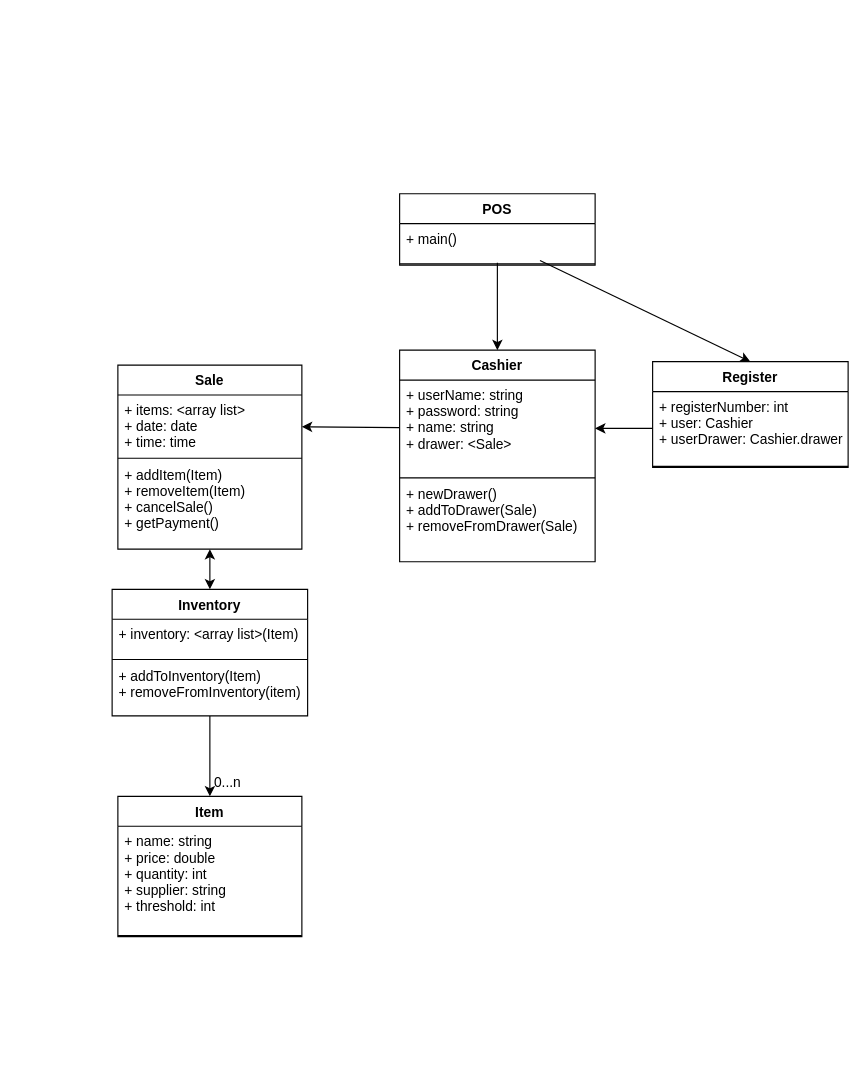
donovansmith/simple_pos keeps this draw.io diagram as POS Clas Diagram.drawio. Above is the earlier version. Source tidied: cells renumbered, new cells numbered last; positions are measured from the earlier drawing's top-left corner, leaving out a move shared by most shapes. Both pictures are drawn from the tidied source at 115%, with x=0, y=0 at pixel (112, 193).
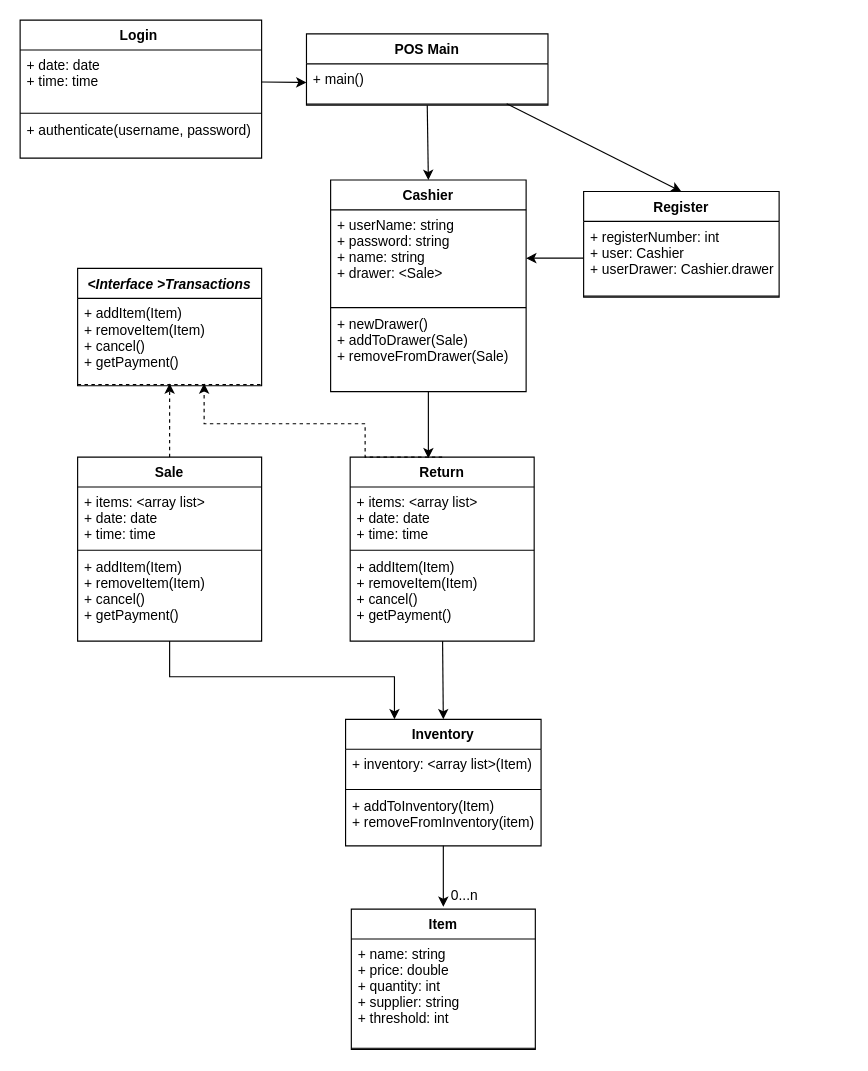
The same diagram, later.

Unchanged cells that the change refers to:
```xml
<mxCell id="3" value="+ userName: string&#10;+ password: string&#10;+ name: string&#10;+ drawer: &lt;Sale&gt;&#10;" style="text;strokeColor=none;fillColor=none;align=left;verticalAlign=top;spacingLeft=4;spacingRight=4;overflow=hidden;points=[[0,0.5],[1,0.5]];portConstraint=eastwest;" parent="2" vertex="1">
  <mxGeometry y="26" width="170" height="84" as="geometry" />
</mxCell>
<mxCell id="5" value="+ newDrawer()&#10;+ addToDrawer(Sale)&#10;+ removeFromDrawer(Sale)&#10;" style="text;strokeColor=none;fillColor=none;align=left;verticalAlign=top;spacingLeft=4;spacingRight=4;overflow=hidden;points=[[0,0.5],[1,0.5]];portConstraint=eastwest;" parent="2" vertex="1">
  <mxGeometry y="112" width="170" height="72" as="geometry" />
</mxCell>
<mxCell id="7" value="+ items: &lt;array list&gt; &#10;+ date: date&#10;+ time: time&#10;&#10;" style="text;strokeColor=none;fillColor=none;align=left;verticalAlign=top;spacingLeft=4;spacingRight=4;overflow=hidden;points=[[0,0.5],[1,0.5]];portConstraint=eastwest;" parent="6" vertex="1">
  <mxGeometry y="26" width="160" height="54" as="geometry" />
</mxCell>
<mxCell id="19" value="+ addToInventory(Item)&#10;+ removeFromInventory(item)&#10;" style="text;strokeColor=none;fillColor=none;align=left;verticalAlign=top;spacingLeft=4;spacingRight=4;overflow=hidden;points=[[0,0.5],[1,0.5]];portConstraint=eastwest;" parent="16" vertex="1">
  <mxGeometry y="62" width="170" height="48" as="geometry" />
</mxCell>
```

What changed in the source:
```diff
@@
     <mxCell id="2" value="Cashier" style="swimlane;fontStyle=1;align=center;verticalAlign=top;horizontal=1;startSize=26;" parent="1" vertex="1">
-      <mxGeometry x="250" y="136" width="170" height="184" as="geometry" />
+      <mxGeometry x="190" y="-12" width="170" height="184" as="geometry" />
     </mxCell>
@@
+    <mxCell id="30" style="edgeStyle=none;rounded=0;jettySize=auto;html=1;exitX=0.5;exitY=0;exitDx=0;exitDy=0;dashed=1;" parent="1" edge="1" source="6" target="36">
+      <mxGeometry relative="1" as="geometry" />
+    </mxCell>
     <mxCell id="6" value="Sale" style="swimlane;fontStyle=1;align=center;verticalAlign=top;horizontal=1;startSize=26;" parent="1" vertex="1">
-      <mxGeometry x="5" y="149" width="160" height="160" as="geometry" />
+      <mxGeometry x="-30" y="229" width="160" height="160" as="geometry" />
     </mxCell>
@@
-    <mxCell id="9" value="+ addItem(Item)&#10;+ removeItem(Item)&#10;+ cancelSale()&#10;+ getPayment()&#10;" style="text;strokeColor=none;fillColor=none;align=left;verticalAlign=top;spacingLeft=4;spacingRight=4;overflow=hidden;points=[[0,0.5],[1,0.5]];portConstraint=eastwest;" parent="6" vertex="1">
+    <mxCell id="9" value="+ addItem(Item)&#10;+ removeItem(Item)&#10;+ cancel()&#10;+ getPayment()&#10;" style="text;strokeColor=none;fillColor=none;align=left;verticalAlign=top;spacingLeft=4;spacingRight=4;overflow=hidden;points=[[0,0.5],[1,0.5]];portConstraint=eastwest;" parent="6" vertex="1">
       <mxGeometry y="82" width="160" height="78" as="geometry" />
     </mxCell>
     <mxCell id="10" value="Register" style="swimlane;fontStyle=1;align=center;verticalAlign=top;horizontal=1;startSize=26;" parent="1" vertex="1">
-      <mxGeometry x="470" y="146" width="170" height="92" as="geometry" />
+      <mxGeometry x="410" y="-2" width="170" height="92" as="geometry" />
     </mxCell>
@@
     <mxCell id="13" value="Item" style="swimlane;fontStyle=1;align=center;verticalAlign=top;horizontal=1;startSize=26;" parent="1" vertex="1">
-      <mxGeometry x="5" y="524" width="160" height="122" as="geometry" />
+      <mxGeometry x="208" y="622" width="160" height="122" as="geometry" />
     </mxCell>
@@
     <mxCell id="16" value="Inventory" style="swimlane;fontStyle=1;align=center;verticalAlign=top;horizontal=1;startSize=26;" parent="1" vertex="1">
-      <mxGeometry y="344" width="170" height="110" as="geometry" />
+      <mxGeometry x="203" y="457" width="170" height="110" as="geometry" />
     </mxCell>
@@
     <mxCell id="20" value="0...n" style="text;html=1;align=left;verticalAlign=top;spacingTop=-4;" parent="1" vertex="1">
-      <mxGeometry x="87" y="502" width="40" height="20" as="geometry" />
+      <mxGeometry x="293" y="601" width="40" height="20" as="geometry" />
     </mxCell>
-    <mxCell id="21" style="endArrow=classic;startArrow=classic;html=1;exitX=0.5;exitY=0;exitDx=0;exitDy=0;" parent="1" edge="1" source="16" target="9">
-      <mxGeometry relative="1" as="geometry" />
-    </mxCell>
-    <mxCell id="22" style="endArrow=classic;html=1;entryX=0.5;entryY=0;entryDx=0;entryDy=0;" parent="1" edge="1" source="19" target="13">
-      <mxGeometry relative="1" as="geometry" />
+    <mxCell id="22" style="endArrow=classic;html=1;" parent="1" edge="1" source="19">
+      <mxGeometry relative="1" as="geometry">
+        <mxPoint x="288" y="620" as="targetPoint" />
+      </mxGeometry>
     </mxCell>
-    <mxCell id="23" style="endArrow=classic;html=1;" parent="1" edge="1" source="3" target="7">
-      <mxGeometry relative="1" as="geometry" />
-    </mxCell>
@@
-    <mxCell id="25" value="POS" style="swimlane;fontStyle=1;align=center;verticalAlign=top;horizontal=1;startSize=26;" parent="1" vertex="1">
-      <mxGeometry x="250" width="170" height="62" as="geometry" />
-    </mxCell>
-    <mxCell id="26" value="+ main()" style="text;strokeColor=none;fillColor=none;align=left;verticalAlign=top;spacingLeft=4;spacingRight=4;overflow=hidden;points=[[0,0.5],[1,0.5]];portConstraint=eastwest;" parent="25" vertex="1">
-      <mxGeometry y="26" width="170" height="34" as="geometry" />
-    </mxCell>
-    <mxCell id="27" style="line;strokeWidth=1;fillColor=none;align=left;verticalAlign=middle;spacingTop=-1;spacingLeft=3;spacingRight=3;labelPosition=right;points=[];portConstraint=eastwest;" parent="25" vertex="1">
-      <mxGeometry y="60" width="170" height="2" as="geometry" />
-    </mxCell>
-    <mxCell id="28" style="endArrow=classic;html=1;entryX=0.5;entryY=0;entryDx=0;entryDy=0;exitX=0.718;exitY=-1;exitDx=0;exitDy=0;exitPerimeter=0;" parent="1" edge="1" source="27" target="10">
+    <mxCell id="28" style="endArrow=classic;html=1;entryX=0.5;entryY=0;entryDx=0;entryDy=0;exitX=0.829;exitY=0.361;exitDx=0;exitDy=0;exitPerimeter=0;" parent="1" edge="1" source="47" target="10">
       <mxGeometry relative="1" as="geometry" />
     </mxCell>
-    <mxCell id="29" style="endArrow=classic;html=1;entryX=0.5;entryY=0;entryDx=0;entryDy=0;" parent="1" edge="1" source="26" target="2">
+    <mxCell id="29" style="endArrow=classic;html=1;entryX=0.5;entryY=0;entryDx=0;entryDy=0;" parent="1" edge="1" source="47" target="2">
       <mxGeometry relative="1" as="geometry" />
     </mxCell>
+    <mxCell id="31" value="Return" style="swimlane;fontStyle=1;align=center;verticalAlign=top;horizontal=1;startSize=26;" parent="1" vertex="1">
+      <mxGeometry x="207" y="229" width="160" height="160" as="geometry" />
+    </mxCell>
+    <mxCell id="32" value="+ items: &lt;array list&gt; &#10;+ date: date&#10;+ time: time&#10;&#10;" style="text;strokeColor=none;fillColor=none;align=left;verticalAlign=top;spacingLeft=4;spacingRight=4;overflow=hidden;" parent="31" vertex="1">
+      <mxGeometry y="26" width="160" height="54" as="geometry" />
+    </mxCell>
+    <mxCell id="33" style="line;strokeWidth=1;fillColor=none;align=left;verticalAlign=middle;spacingTop=-1;spacingLeft=3;spacingRight=3;labelPosition=right;" parent="31" vertex="1">
+      <mxGeometry y="80" width="160" height="2" as="geometry" />
+    </mxCell>
+    <mxCell id="34" value="+ addItem(Item)&#10;+ removeItem(Item)&#10;+ cancel()&#10;+ getPayment()&#10;" style="text;strokeColor=none;fillColor=none;align=left;verticalAlign=top;spacingLeft=4;spacingRight=4;overflow=hidden;points=[[0,0.5],[1,0.5]];portConstraint=eastwest;" parent="31" vertex="1">
+      <mxGeometry y="82" width="160" height="78" as="geometry" />
+    </mxCell>
+    <mxCell id="35" value="&lt;Interface &gt;Transactions" style="swimlane;fontStyle=3;align=center;verticalAlign=top;horizontal=1;startSize=26;" parent="1" vertex="1">
+      <mxGeometry x="-30" y="64.9" width="160" height="102" as="geometry" />
+    </mxCell>
+    <mxCell id="36" value="+ addItem(Item)&#10;+ removeItem(Item)&#10;+ cancel()&#10;+ getPayment()&#10;&#10;" style="text;strokeColor=none;fillColor=none;align=left;verticalAlign=top;spacingLeft=4;spacingRight=4;overflow=hidden;points=[[0,0.5],[1,0.5]];portConstraint=eastwest;" parent="35" vertex="1">
+      <mxGeometry y="26" width="160" height="74" as="geometry" />
+    </mxCell>
+    <mxCell id="37" style="line;strokeWidth=1;fillColor=none;align=left;verticalAlign=middle;spacingTop=-1;spacingLeft=3;spacingRight=3;labelPosition=right;dashed=1;" parent="35" vertex="1">
+      <mxGeometry y="100" width="160" height="2" as="geometry" />
+    </mxCell>
+    <mxCell id="38" style="edgeStyle=orthogonalEdgeStyle;rounded=0;jettySize=auto;html=1;exitX=0.5;exitY=0;exitDx=0;exitDy=0;dashed=1;" parent="1" edge="1" source="31" target="36">
+      <mxGeometry relative="1" as="geometry">
+        <Array as="points">
+          <mxPoint x="220" y="229" />
+          <mxPoint x="220" y="200" />
+          <mxPoint x="80" y="200" />
+        </Array>
+      </mxGeometry>
+    </mxCell>
+    <mxCell id="39" style="endArrow=classic;html=1;entryX=0.5;entryY=0;entryDx=0;entryDy=0;" parent="1" edge="1" source="34" target="16">
+      <mxGeometry relative="1" as="geometry" />
+    </mxCell>
+    <mxCell id="40" style="endArrow=classic;html=1;" parent="1" edge="1" source="5">
+      <mxGeometry relative="1" as="geometry">
+        <mxPoint x="275" y="230" as="targetPoint" />
+      </mxGeometry>
+    </mxCell>
+    <mxCell id="41" style="endArrow=classic;html=1;entryX=0.25;entryY=0;entryDx=0;entryDy=0;edgeStyle=orthogonalEdgeStyle;rounded=0;" parent="1" edge="1" source="9" target="16">
+      <mxGeometry relative="1" as="geometry">
+        <Array as="points">
+          <mxPoint x="50" y="420" />
+          <mxPoint x="246" y="420" />
+        </Array>
+      </mxGeometry>
+    </mxCell>
+    <mxCell id="42" value="Login " style="swimlane;fontStyle=1;align=center;verticalAlign=top;horizontal=1;startSize=26;" parent="1" vertex="1">
+      <mxGeometry x="-80" y="-151" width="210" height="120" as="geometry" />
+    </mxCell>
+    <mxCell id="43" value="+ date: date&#10;+ time: time&#10;" style="text;strokeColor=none;fillColor=none;align=left;verticalAlign=top;spacingLeft=4;spacingRight=4;overflow=hidden;points=[[0,0.5],[1,0.5]];portConstraint=eastwest;" parent="42" vertex="1">
+      <mxGeometry y="26" width="210" height="54" as="geometry" />
+    </mxCell>
+    <mxCell id="44" style="line;strokeWidth=1;fillColor=none;align=left;verticalAlign=middle;spacingTop=-1;spacingLeft=3;spacingRight=3;labelPosition=right;" parent="42" vertex="1">
+      <mxGeometry y="80" width="210" height="2" as="geometry" />
+    </mxCell>
+    <mxCell id="45" value="+ authenticate(username, password)&#10;&#10;" style="text;strokeColor=none;fillColor=none;align=left;verticalAlign=top;spacingLeft=4;spacingRight=4;overflow=hidden;" parent="42" vertex="1">
+      <mxGeometry y="82" width="210" height="38" as="geometry" />
+    </mxCell>
+    <mxCell id="46" value="POS Main" style="swimlane;fontStyle=1;align=center;verticalAlign=top;horizontal=1;startSize=26;" parent="1" vertex="1">
+      <mxGeometry x="169" y="-139" width="210" height="62" as="geometry" />
+    </mxCell>
+    <mxCell id="26" value="+ main()" style="text;strokeColor=none;fillColor=none;align=left;verticalAlign=top;spacingLeft=4;spacingRight=4;overflow=hidden;points=[[0,0.5],[1,0.5]];portConstraint=eastwest;" parent="46" vertex="1">
+      <mxGeometry y="26" width="210" height="34" as="geometry" />
+    </mxCell>
+    <mxCell id="47" style="line;strokeWidth=1;fillColor=none;align=left;verticalAlign=middle;spacingTop=-1;spacingLeft=3;spacingRight=3;labelPosition=right;points=[];portConstraint=eastwest;" parent="46" vertex="1">
+      <mxGeometry y="60" width="210" height="2" as="geometry" />
+    </mxCell>
+    <mxCell id="48" style="endArrow=classic;html=1;" parent="1" edge="1" source="43" target="26">
+      <mxGeometry relative="1" as="geometry" />
+    </mxCell>
```
